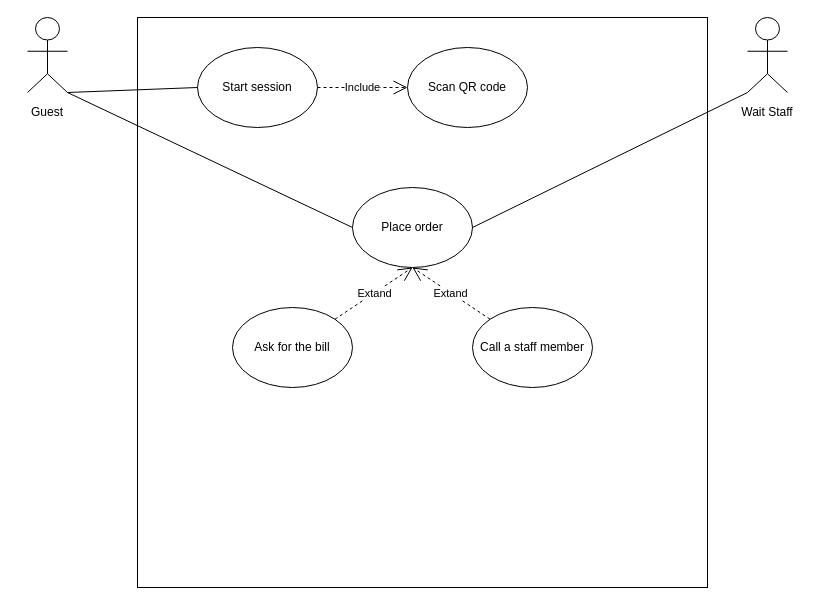
This is Use Case Diagram.drawio from SoftwareEng-3010/Diagrams, a draw.io file, before an edit. Source tidied: cells renumbered, new cells numbered last; positions are measured from the earlier drawing's top-left corner, leaving out a move shared by most shapes. Both pictures are drawn from the tidied source at 100%, with x=0, y=0 at pixel (17, 17).
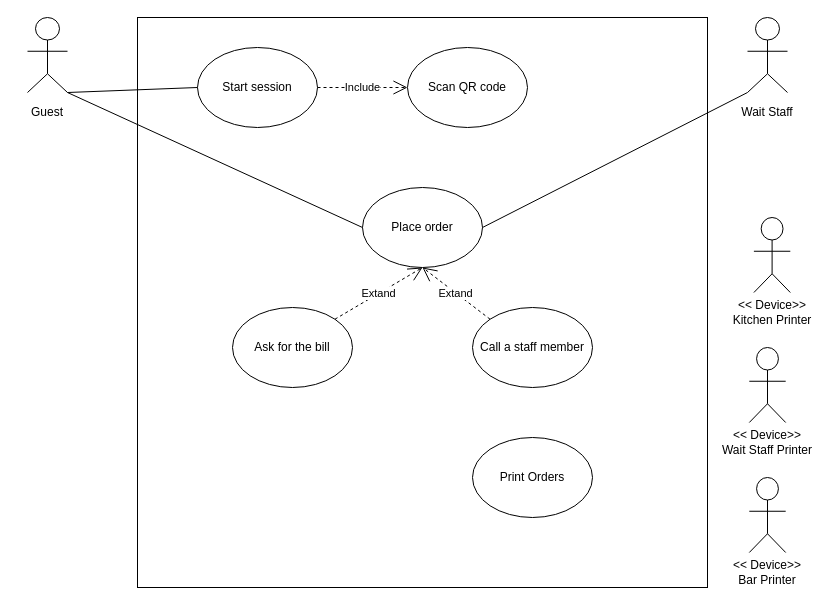
Above is the later version.

Commit message:
Added print orders use case

The edit, as a diff of the source:
```diff
@@
     <mxCell id="4" value="Place&amp;nbsp;order" style="ellipse;whiteSpace=wrap;html=1;fillColor=none;" parent="1" vertex="1">
-      <mxGeometry x="335" y="170" width="120" height="80" as="geometry" />
+      <mxGeometry x="345" y="170" width="120" height="80" as="geometry" />
     </mxCell>
@@
+    <mxCell id="20" value="Print Orders" style="ellipse;whiteSpace=wrap;html=1;fillColor=none;" parent="1" vertex="1">
+      <mxGeometry x="455" y="420" width="120" height="80" as="geometry" />
+    </mxCell>
+    <mxCell id="21" style="group;" parent="1" vertex="1">
+      <mxGeometry x="720" y="200" width="80" height="110" as="geometry" />
+    </mxCell>
+    <mxCell id="22" style="group;" parent="21" vertex="1">
+      <mxGeometry x="-20" width="100" height="110" as="geometry" />
+    </mxCell>
+    <mxCell id="23" style="html=1;whiteSpace=wrap;fillColor=default;verticalLabelPosition=bottom;verticalAlign=top;align=center;shape=mxgraph.archimate3.actor;" parent="22" vertex="1">
+      <mxGeometry x="36.4" width="36.4" height="75" as="geometry" />
+    </mxCell>
+    <mxCell id="24" value="&amp;lt;&amp;lt; Device&amp;gt;&amp;gt;&lt;br&gt;Kitchen Printer" style="text;html=1;strokeColor=none;fillColor=none;align=center;verticalAlign=middle;whiteSpace=wrap;rounded=0;" parent="22" vertex="1">
+      <mxGeometry x="4.5" y="80" width="100" height="30" as="geometry" />
+    </mxCell>
+    <mxCell id="25" style="html=1;whiteSpace=wrap;fillColor=default;verticalLabelPosition=bottom;verticalAlign=top;align=center;shape=mxgraph.archimate3.actor;" parent="1" vertex="1">
+      <mxGeometry x="731.8" y="330" width="36.4" height="75" as="geometry" />
+    </mxCell>
+    <mxCell id="26" value="&amp;lt;&amp;lt; Device&amp;gt;&amp;gt;&lt;br&gt;Wait Staff Printer" style="text;html=1;strokeColor=none;fillColor=none;align=center;verticalAlign=middle;whiteSpace=wrap;rounded=0;" parent="1" vertex="1">
+      <mxGeometry x="700" y="410" width="100" height="30" as="geometry" />
+    </mxCell>
+    <mxCell id="27" style="html=1;whiteSpace=wrap;fillColor=default;verticalLabelPosition=bottom;verticalAlign=top;align=center;shape=mxgraph.archimate3.actor;" parent="1" vertex="1">
+      <mxGeometry x="731.8" y="460" width="36.4" height="75" as="geometry" />
+    </mxCell>
+    <mxCell id="28" value="&amp;lt;&amp;lt; Device&amp;gt;&amp;gt;&lt;br&gt;Bar Printer" style="text;html=1;strokeColor=none;fillColor=none;align=center;verticalAlign=middle;whiteSpace=wrap;rounded=0;" parent="1" vertex="1">
+      <mxGeometry x="700" y="540" width="100" height="30" as="geometry" />
+    </mxCell>
```
